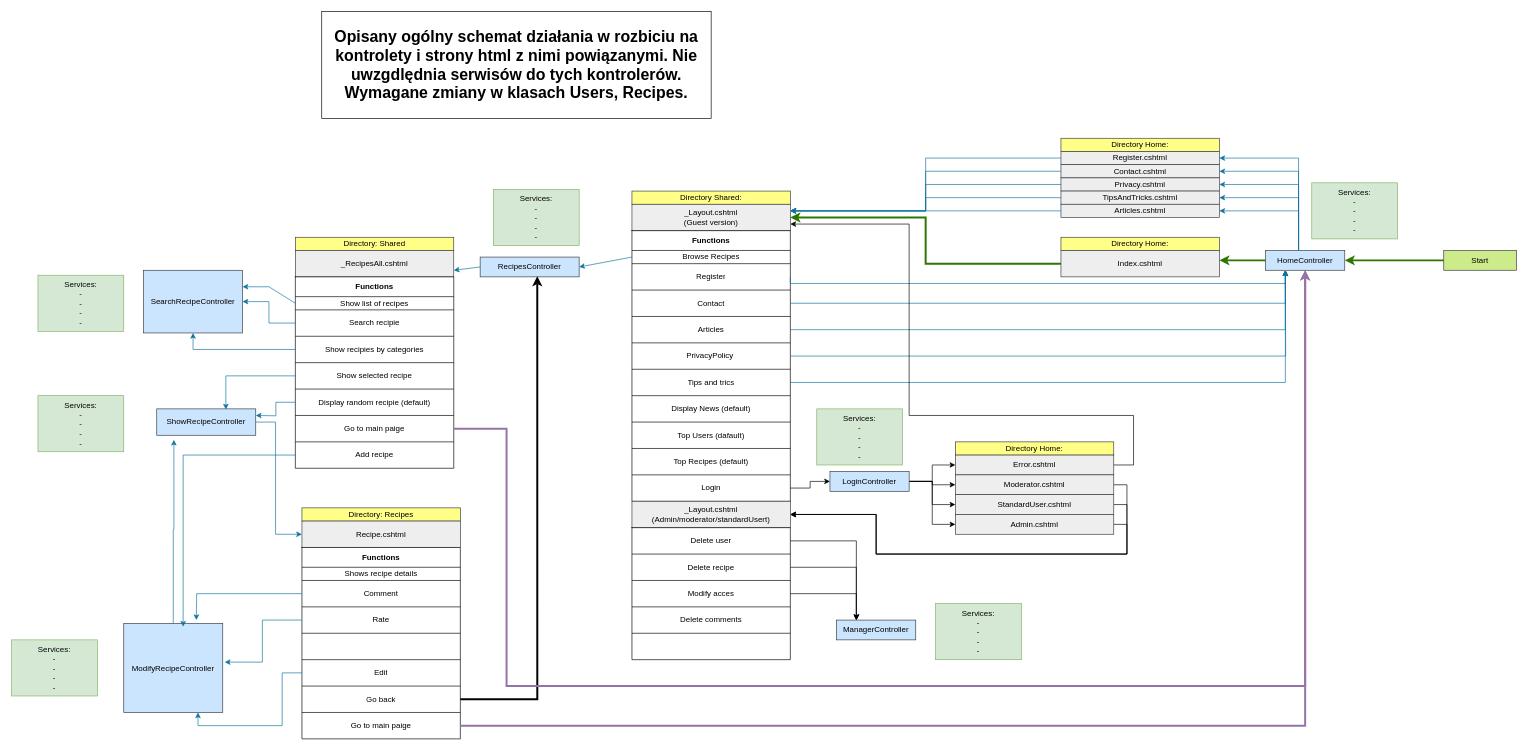
Above: CookBook/JiraAndDraw/AionCode.drawio in infoshareacademy/jcszr12-AionCode (draw.io), before the change. Source tidied: cells renumbered, new cells numbered last; positions are measured from the earlier drawing's top-left corner, leaving out a move shared by most shapes. Both pictures are drawn from the tidied source at 66%, with x=0, y=0 at pixel (11, 11).
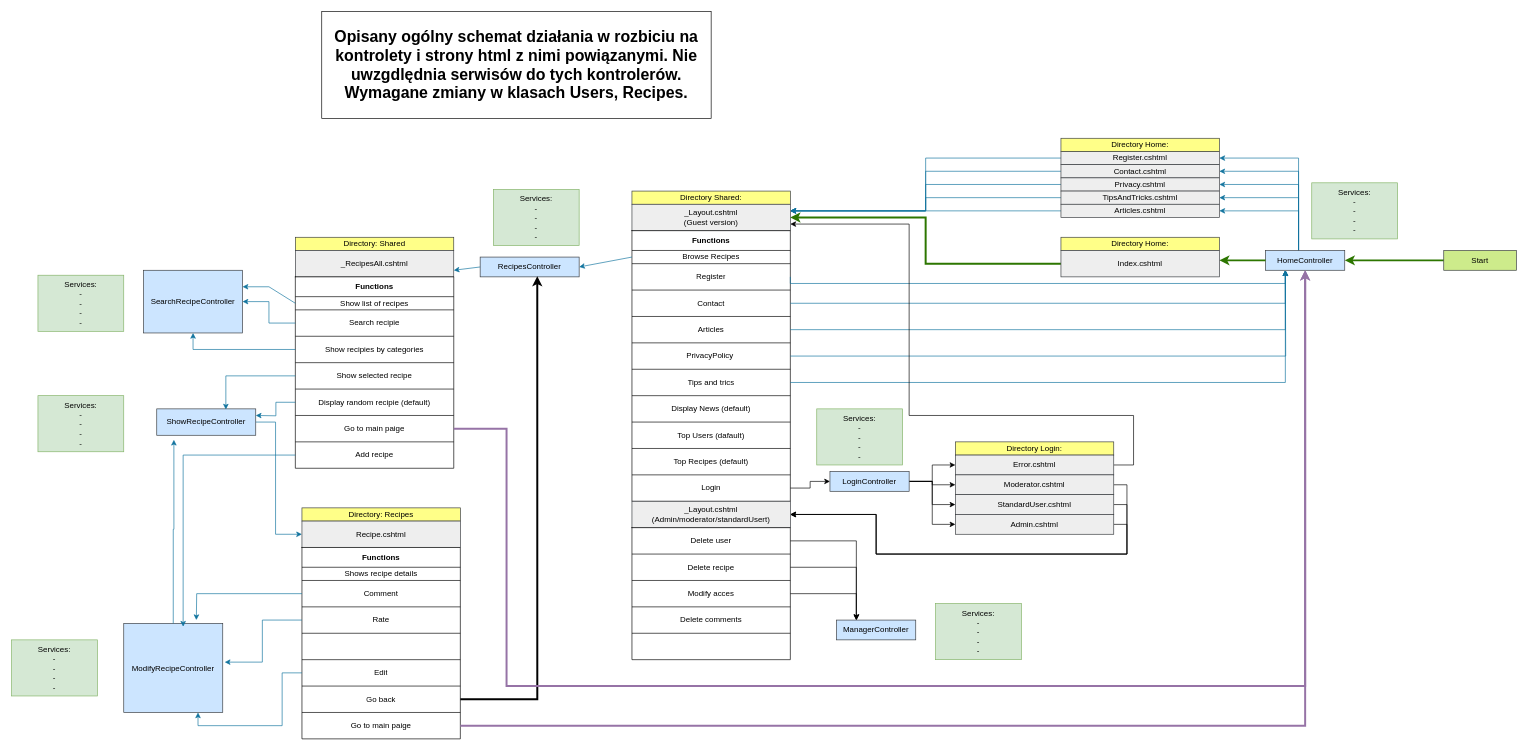
The same page after the edit.

Diff of the diagram source:
```diff
@@
-    <mxCell id="116" value="Directory Home:" style="html=1;whiteSpace=wrap;fillColor=#ffff88;strokeColor=#36393d;" parent="1" vertex="1">
+    <mxCell id="116" value="Directory Login:" style="html=1;whiteSpace=wrap;fillColor=#ffff88;strokeColor=#36393d;" parent="1" vertex="1">
       <mxGeometry x="1430" y="652" width="240" height="20" as="geometry" />
     </mxCell>
```
